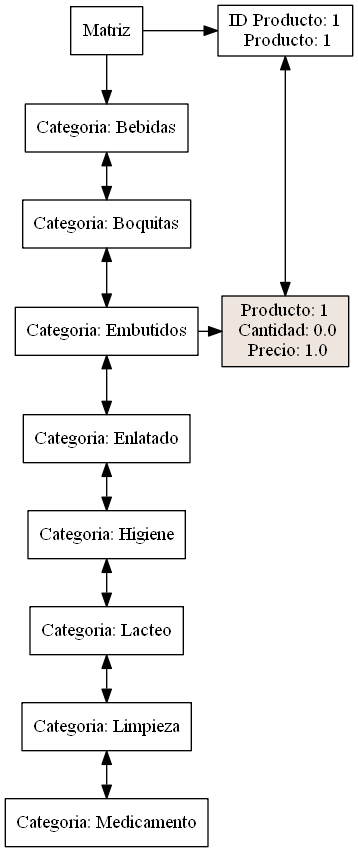
Eduardo01004/Proyecto_Clase_EDD keeps this Graphviz diagram as Proyecto_Clase/Matriz_inventario.png. Above is the earlier version. Its source is kept beside it as Proyecto_Clase/Matriz_inventario.dot.
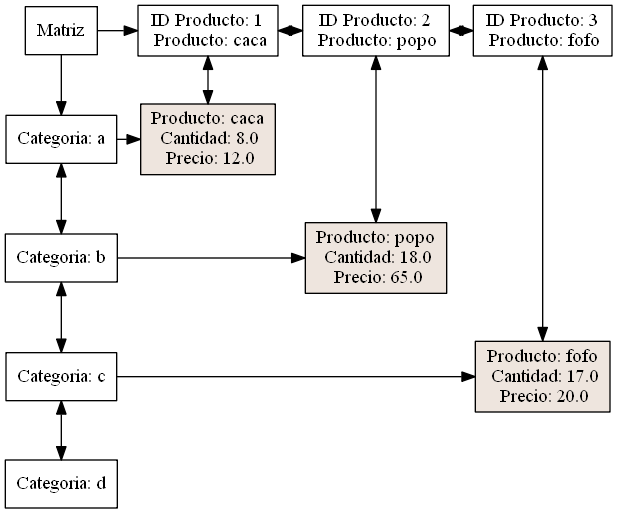
Above is the later version.

Diff of the diagram source:
```diff
@@ -1,31 +1,41 @@
 digraph G{
 node [shape = box]
 raiz[label="Matriz"  group=1];
-960840988 [label="Categoria: Bebidas" group = 1];
-1742038016 [label="Categoria: Boquitas" group = 1];
-1384080230 [label="Categoria: Embutidos" group = 1];
-1934208243 [label="Categoria: Enlatado" group = 1];
-1622632995 [label="Categoria: Higiene" group = 1];
-747562833 [label="Categoria: Lacteo" group = 1];
-96720373 [label="Categoria: Limpieza" group = 1];
-1003736970 [label="Categoria: Medicamento" group = 1];
-960840988->1742038016[dir=both];
-1742038016->1384080230[dir=both];
-1384080230->1934208243[dir=both];
-1934208243->1622632995[dir=both];
-1622632995->747562833[dir=both];
-747562833->96720373[dir=both];
-96720373->1003736970[dir=both];
-1836351770 [label="ID Producto: 1&#92;n Producto: 1" group = 3];
-raiz ->960840988
-raiz ->1836351770
+1199412169 [label="Categoria: a" group = 1];
+158301132 [label="Categoria: b" group = 1];
+438156904 [label="Categoria: c" group = 1];
+282672291 [label="Categoria: d" group = 1];
+1199412169->158301132[dir=both];
+158301132->438156904[dir=both];
+438156904->282672291[dir=both];
+691005268 [label="ID Producto: 1&#92;n Producto: caca" group = 3];
+310455195 [label="ID Producto: 2&#92;n Producto: popo" group = 4];
+104767966 [label="ID Producto: 3&#92;n Producto: fofo" group = 5];
+691005268->310455195[dir=both];
+310455195->104767966[dir=both];
+raiz ->1199412169
+raiz ->691005268
 { rank  = same; raiz
-1836351770;
+691005268;
+310455195;
+104767966;
 }
-1752525855 [style=filled,fillcolor=seashell2,label= "Producto: 1&#92;n Cantidad: 0.0&#92;n Precio: 1.0" group = 3 ];
-1384080230->1752525855
-{ rank = same; 1384080230;
-1752525855;
+392555543 [style=filled,fillcolor=seashell2,label= "Producto: caca&#92;n Cantidad: 8.0&#92;n Precio: 12.0" group = 3 ];
+1874205010 [style=filled,fillcolor=seashell2,label= "Producto: popo&#92;n Cantidad: 18.0&#92;n Precio: 65.0" group = 4 ];
+1980999563 [style=filled,fillcolor=seashell2,label= "Producto: fofo&#92;n Cantidad: 17.0&#92;n Precio: 20.0" group = 5 ];
+1199412169->392555543
+{ rank = same; 1199412169;
+392555543;
 }
-1836351770->1752525855[dir=both];
+158301132->1874205010
+{ rank = same; 158301132;
+1874205010;
 }
+438156904->1980999563
+{ rank = same; 438156904;
+1980999563;
+}
+691005268->392555543[dir=both];
+310455195->1874205010[dir=both];
+104767966->1980999563[dir=both];
+}
```
